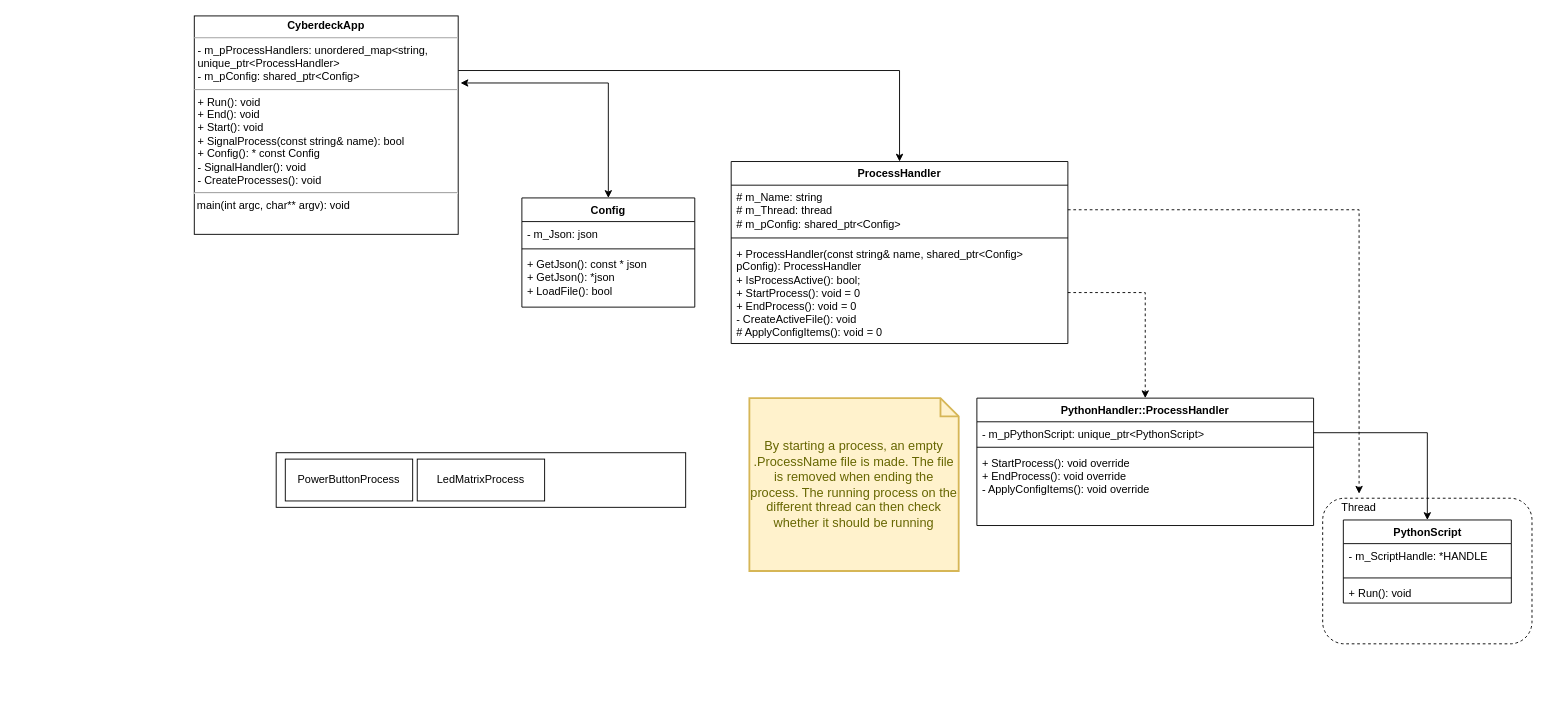
This is page "UML_Draft_2" (3 of 3) of Cyberdeck.drawio from WouterServaes/CyberdeckProject, a draw.io file, before an edit. Source tidied: cells renumbered, new cells numbered last; positions are measured from the earlier drawing's top-left corner, leaving out a move shared by most shapes. Both pictures are drawn from the tidied source at 91%, with x=0, y=0 at pixel (194, 15).
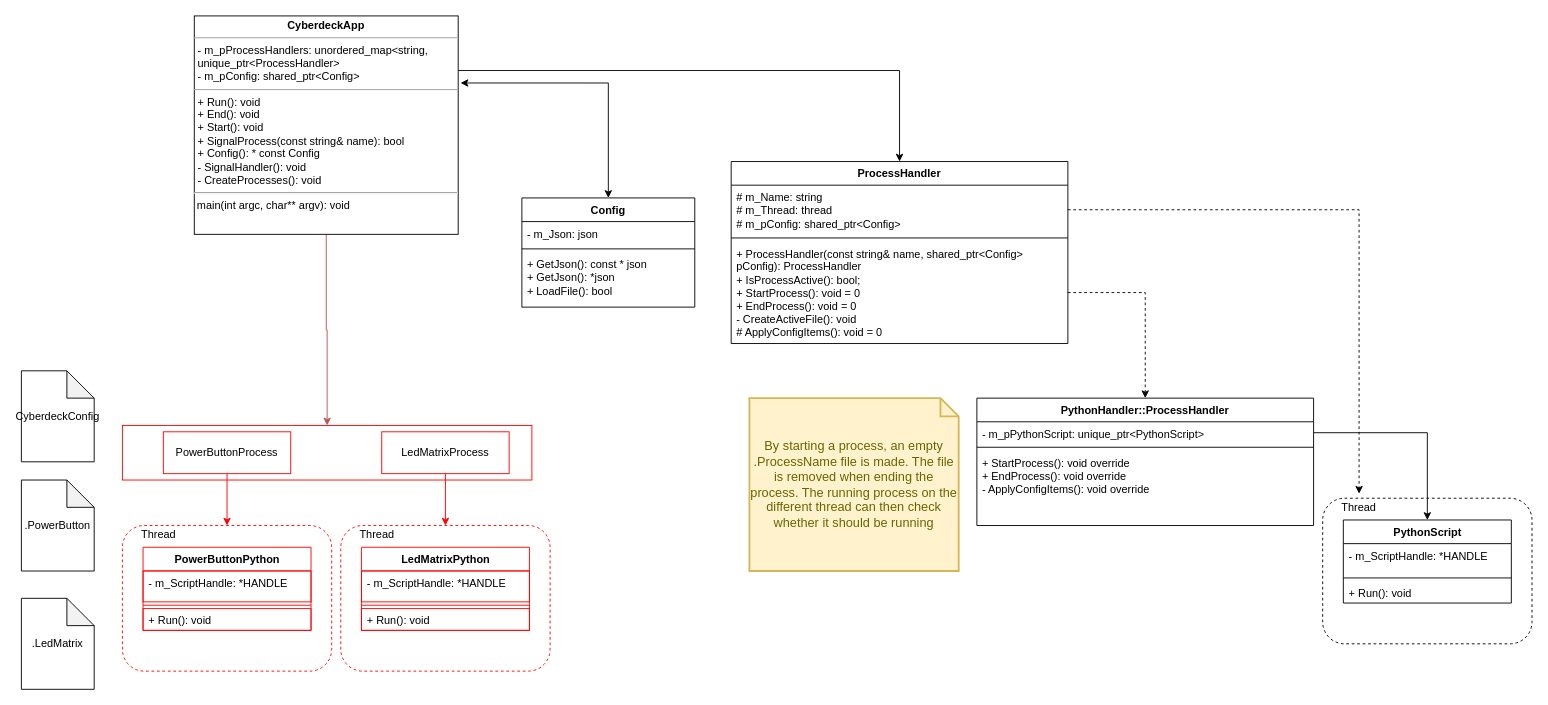
The same diagram, later.

The change refers to these unchanged cells:
```xml
<mxCell id="3" value="&lt;p style=&quot;margin:0px;margin-top:4px;text-align:center;&quot;&gt;&lt;b&gt;CyberdeckApp&lt;/b&gt;&lt;/p&gt;&lt;hr size=&quot;1&quot;&gt;&lt;p style=&quot;margin:0px;margin-left:4px;&quot;&gt;- m_pProcessHandlers: unordered_map&amp;lt;string, unique_ptr&amp;lt;ProcessHandler&amp;gt;&lt;br&gt;&lt;/p&gt;&lt;p style=&quot;margin:0px;margin-left:4px;&quot;&gt;- m_pConfig: shared_ptr&amp;lt;Config&amp;gt;&lt;br&gt;&lt;/p&gt;&lt;hr size=&quot;1&quot;&gt;&lt;p style=&quot;margin:0px;margin-left:4px;&quot;&gt;+ Run(): void&lt;/p&gt;&lt;p style=&quot;margin:0px;margin-left:4px;&quot;&gt;+ End(): void&lt;/p&gt;&lt;p style=&quot;margin:0px;margin-left:4px;&quot;&gt;+ Start(): void&lt;br&gt;&lt;/p&gt;&lt;p style=&quot;margin:0px;margin-left:4px;&quot;&gt;+ SignalProcess(const string&amp;amp; name): bool&lt;/p&gt;&lt;p style=&quot;margin:0px;margin-left:4px;&quot;&gt;+ Config(): * const Config&lt;br&gt;&lt;/p&gt;&lt;p style=&quot;margin:0px;margin-left:4px;&quot;&gt;- SignalHandler(): void&lt;/p&gt;&lt;p style=&quot;margin:0px;margin-left:4px;&quot;&gt;- CreateProcesses(): void&lt;br&gt;&lt;/p&gt;&lt;hr&gt;&amp;nbsp;main(int argc, char** argv): void&lt;br&gt;&lt;p style=&quot;margin:0px;margin-left:4px;&quot;&gt;&lt;br&gt;&lt;/p&gt;" style="verticalAlign=top;align=left;overflow=fill;fontSize=12;fontFamily=Helvetica;html=1;whiteSpace=wrap;" parent="1" vertex="1">
  <mxGeometry width="290" height="240" as="geometry" />
</mxCell>
```

What changed in the source:
```diff
@@
+    <mxCell id="30" style="edgeStyle=orthogonalEdgeStyle;rounded=0;jettySize=auto;html=1;exitX=0.5;exitY=1;exitDx=0;exitDy=0;entryX=0.5;entryY=0;entryDx=0;entryDy=0;fillColor=#f8cecc;strokeColor=#b85450;" parent="1" edge="1" source="3" target="26">
+      <mxGeometry relative="1" as="geometry" />
+    </mxCell>
@@
-    <mxCell id="26" style="rounded=0;whiteSpace=wrap;html=1;fillColor=none;" parent="1" vertex="1">
-      <mxGeometry x="90" y="480" width="450" height="60" as="geometry" />
+    <mxCell id="26" style="rounded=0;whiteSpace=wrap;html=1;fillColor=none;strokeColor=#ff0000;" parent="1" vertex="1">
+      <mxGeometry x="-79" y="450" width="450" height="60" as="geometry" />
     </mxCell>
-    <mxCell id="27" value="&lt;div&gt;PowerButtonProcess&lt;/div&gt;" style="html=1;whiteSpace=wrap;" parent="26" vertex="1">
-      <mxGeometry x="10" y="7" width="140" height="46" as="geometry" />
+    <mxCell id="27" value="&lt;div&gt;PowerButtonProcess&lt;/div&gt;" style="html=1;whiteSpace=wrap;strokeColor=#ff0000;" parent="26" vertex="1">
+      <mxGeometry x="45" y="7" width="140" height="46" as="geometry" />
     </mxCell>
-    <mxCell id="28" value="LedMatrixProcess" style="html=1;whiteSpace=wrap;" parent="26" vertex="1">
-      <mxGeometry x="155" y="7" width="140" height="46" as="geometry" />
+    <mxCell id="28" value="LedMatrixProcess" style="html=1;whiteSpace=wrap;strokeColor=#ff0000;" parent="26" vertex="1">
+      <mxGeometry x="285" y="7" width="140" height="46" as="geometry" />
     </mxCell>
@@
+    <mxCell id="31" style="rounded=1;whiteSpace=wrap;html=1;fillColor=none;dashed=1;strokeColor=#ff0000;" parent="1" vertex="1">
+      <mxGeometry x="-79" y="560" width="230" height="160" as="geometry" />
+    </mxCell>
+    <mxCell id="32" value="PowerButtonPython" style="swimlane;fontStyle=1;align=center;verticalAlign=top;horizontal=1;startSize=26;whiteSpace=wrap;html=1;strokeColor=#ff0000;" parent="31" vertex="1">
+      <mxGeometry x="22.7" y="23.9" width="184.6" height="91.3" as="geometry" />
+    </mxCell>
+    <mxCell id="33" value="- m_ScriptHandle: *HANDLE" style="text;strokeColor=#ff0000;fillColor=none;align=left;verticalAlign=top;spacingLeft=4;spacingRight=4;overflow=hidden;whiteSpace=wrap;html=1;" parent="32" vertex="1">
+      <mxGeometry y="26" width="184.6" height="34" as="geometry" />
+    </mxCell>
+    <mxCell id="34" style="line;strokeWidth=1;fillColor=none;align=left;verticalAlign=middle;spacingTop=-1;spacingLeft=3;spacingRight=3;labelPosition=right;strokeColor=#ff0000;" parent="32" vertex="1">
+      <mxGeometry y="60" width="184.6" height="7.4" as="geometry" />
+    </mxCell>
+    <mxCell id="35" value="+ Run(): void" style="text;strokeColor=#ff0000;fillColor=none;align=left;verticalAlign=top;spacingLeft=4;spacingRight=4;overflow=hidden;whiteSpace=wrap;html=1;" parent="32" vertex="1">
+      <mxGeometry y="67.4" width="184.6" height="23.9" as="geometry" />
+    </mxCell>
+    <mxCell id="36" value="Thread" style="text;html=1;strokeColor=none;fillColor=none;align=center;verticalAlign=middle;whiteSpace=wrap;rounded=0;" parent="31" vertex="1">
+      <mxGeometry x="10" y="-5" width="60" height="30" as="geometry" />
+    </mxCell>
+    <mxCell id="37" style="rounded=1;whiteSpace=wrap;html=1;fillColor=none;dashed=1;strokeColor=#ff0000;" parent="1" vertex="1">
+      <mxGeometry x="161" y="560" width="230" height="160" as="geometry" />
+    </mxCell>
+    <mxCell id="38" value="LedMatrixPython" style="swimlane;fontStyle=1;align=center;verticalAlign=top;horizontal=1;startSize=26;whiteSpace=wrap;html=1;strokeColor=#ff0000;" parent="37" vertex="1">
+      <mxGeometry x="22.7" y="23.9" width="184.6" height="91.3" as="geometry" />
+    </mxCell>
+    <mxCell id="39" value="- m_ScriptHandle: *HANDLE" style="text;strokeColor=#ff0000;fillColor=none;align=left;verticalAlign=top;spacingLeft=4;spacingRight=4;overflow=hidden;whiteSpace=wrap;html=1;" parent="38" vertex="1">
+      <mxGeometry y="26" width="184.6" height="34" as="geometry" />
+    </mxCell>
+    <mxCell id="40" style="line;strokeWidth=1;fillColor=none;align=left;verticalAlign=middle;spacingTop=-1;spacingLeft=3;spacingRight=3;labelPosition=right;strokeColor=#ff0000;" parent="38" vertex="1">
+      <mxGeometry y="60" width="184.6" height="7.4" as="geometry" />
+    </mxCell>
+    <mxCell id="41" value="+ Run(): void" style="text;strokeColor=#ff0000;fillColor=none;align=left;verticalAlign=top;spacingLeft=4;spacingRight=4;overflow=hidden;whiteSpace=wrap;html=1;" parent="38" vertex="1">
+      <mxGeometry y="67.4" width="184.6" height="23.9" as="geometry" />
+    </mxCell>
+    <mxCell id="42" value="Thread" style="text;html=1;strokeColor=none;fillColor=none;align=center;verticalAlign=middle;whiteSpace=wrap;rounded=0;" parent="37" vertex="1">
+      <mxGeometry x="10" y="-5" width="60" height="30" as="geometry" />
+    </mxCell>
+    <mxCell id="43" style="edgeStyle=orthogonalEdgeStyle;rounded=0;jettySize=auto;html=1;exitX=0.5;exitY=1;exitDx=0;exitDy=0;entryX=0.5;entryY=0;entryDx=0;entryDy=0;fillColor=#f8cecc;strokeColor=#ff0000;" parent="1" edge="1" source="27" target="31">
+      <mxGeometry relative="1" as="geometry" />
+    </mxCell>
+    <mxCell id="44" style="edgeStyle=orthogonalEdgeStyle;rounded=0;jettySize=auto;html=1;exitX=0.5;exitY=1;exitDx=0;exitDy=0;entryX=0.5;entryY=0;entryDx=0;entryDy=0;fillColor=#f8cecc;strokeColor=#ff0000;" parent="1" edge="1" source="28" target="37">
+      <mxGeometry relative="1" as="geometry" />
+    </mxCell>
+    <mxCell id="45" value="&lt;div&gt;.PowerButton&lt;/div&gt;" style="shape=note;whiteSpace=wrap;html=1;backgroundOutline=1;darkOpacity=0.05;" parent="1" vertex="1">
+      <mxGeometry x="-190" y="510" width="80" height="100" as="geometry" />
+    </mxCell>
+    <mxCell id="46" value=".LedMatrix" style="shape=note;whiteSpace=wrap;html=1;backgroundOutline=1;darkOpacity=0.05;" parent="1" vertex="1">
+      <mxGeometry x="-190" y="640" width="80" height="100" as="geometry" />
+    </mxCell>
+    <mxCell id="47" value="CyberdeckConfig" style="shape=note;whiteSpace=wrap;html=1;backgroundOutline=1;darkOpacity=0.05;" parent="1" vertex="1">
+      <mxGeometry x="-190" y="390" width="80" height="100" as="geometry" />
+    </mxCell>
```
